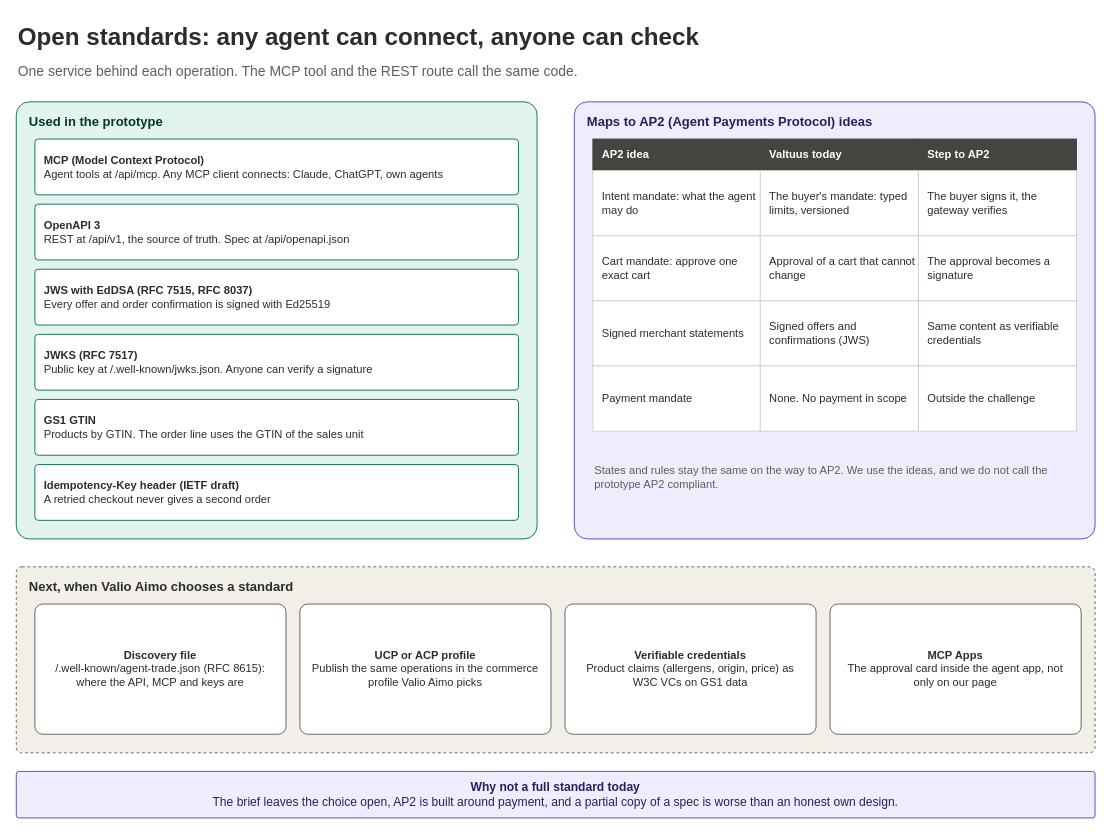
The draw.io diagram page "3 Open standards" (3 of 10) of docs/valtuus-proposal.drawio in anvikx/valtuus, before the edit. Source tidied: cells renumbered, new cells numbered last; positions are measured from the earlier drawing's top-left corner, leaving out a move shared by most shapes. Both pictures are drawn from the tidied source at 93%, with x=0, y=0 at pixel (16, 16).
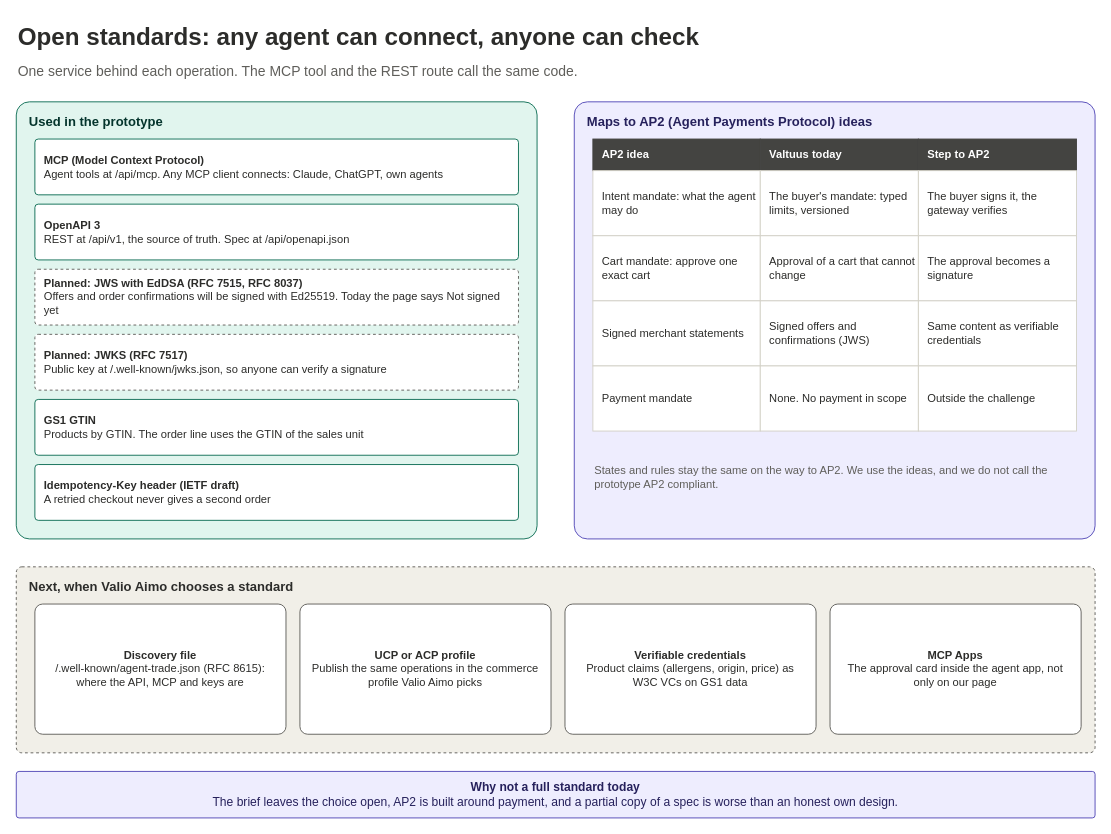
Above is the later version.

Commit message:
chore(dia): update doc diagram

Change to the diagram source:
```diff
@@
-    <mxCell id="7" value="&lt;b&gt;JWS with EdDSA (RFC 7515, RFC 8037)&lt;/b&gt;&lt;br&gt;Every offer and order confirmation is signed with Ed25519" style="rounded=1;arcSize=6;whiteSpace=wrap;html=1;fillColor=#FFFFFF;strokeColor=#0F6E56;fontColor=#2C2C2A;fontSize=12;align=left;spacing=10;" parent="1" vertex="1">
+    <mxCell id="7" value="&lt;b&gt;Planned: JWS with EdDSA (RFC 7515, RFC 8037)&lt;/b&gt;&lt;br&gt;Offers and order confirmations will be signed with Ed25519. Today the page says Not signed yet" style="rounded=1;arcSize=6;whiteSpace=wrap;html=1;fillColor=#FFFFFF;strokeColor=#5F5E5A;fontColor=#2C2C2A;fontSize=12;align=left;spacing=10;dashed=1;" parent="1" vertex="1">
       <mxGeometry x="20" y="272" width="520" height="60" as="geometry" />
     </mxCell>
-    <mxCell id="8" value="&lt;b&gt;JWKS (RFC 7517)&lt;/b&gt;&lt;br&gt;Public key at /.well-known/jwks.json. Anyone can verify a signature" style="rounded=1;arcSize=6;whiteSpace=wrap;html=1;fillColor=#FFFFFF;strokeColor=#0F6E56;fontColor=#2C2C2A;fontSize=12;align=left;spacing=10;" parent="1" vertex="1">
+    <mxCell id="8" value="&lt;b&gt;Planned: JWKS (RFC 7517)&lt;/b&gt;&lt;br&gt;Public key at /.well-known/jwks.json, so anyone can verify a signature" style="rounded=1;arcSize=6;whiteSpace=wrap;html=1;fillColor=#FFFFFF;strokeColor=#5F5E5A;fontColor=#2C2C2A;fontSize=12;align=left;spacing=10;dashed=1;" parent="1" vertex="1">
       <mxGeometry x="20" y="342" width="520" height="60" as="geometry" />
     </mxCell>
```
